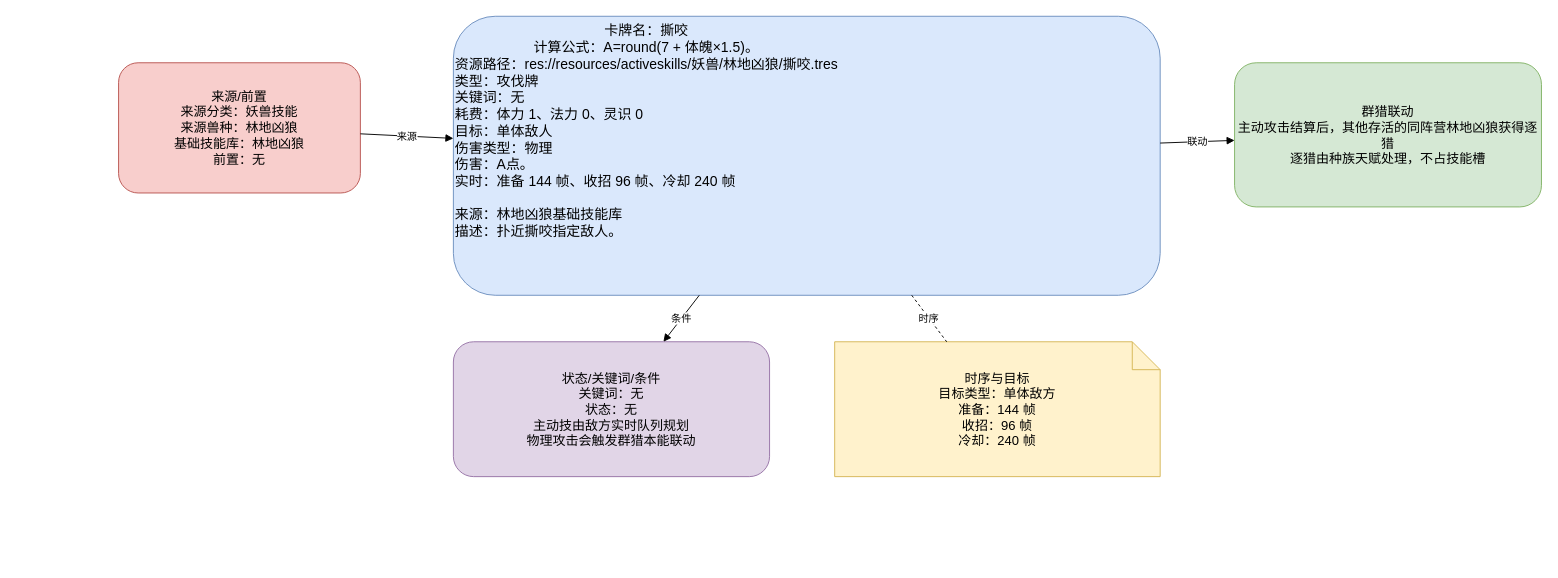
Above: page "撕咬" (1 of 2) of docs/卡牌词典/妖兽/林地凶狼/撕咬.drawio in ankundanetracyc-spec/tian-guan-you-du (draw.io), before the change. Source tidied: cells renumbered, new cells numbered last; positions are measured from the earlier drawing's top-left corner, leaving out a move shared by most shapes. Both pictures are drawn from the tidied source at 93%, with x=0, y=0 at pixel (118, 16).
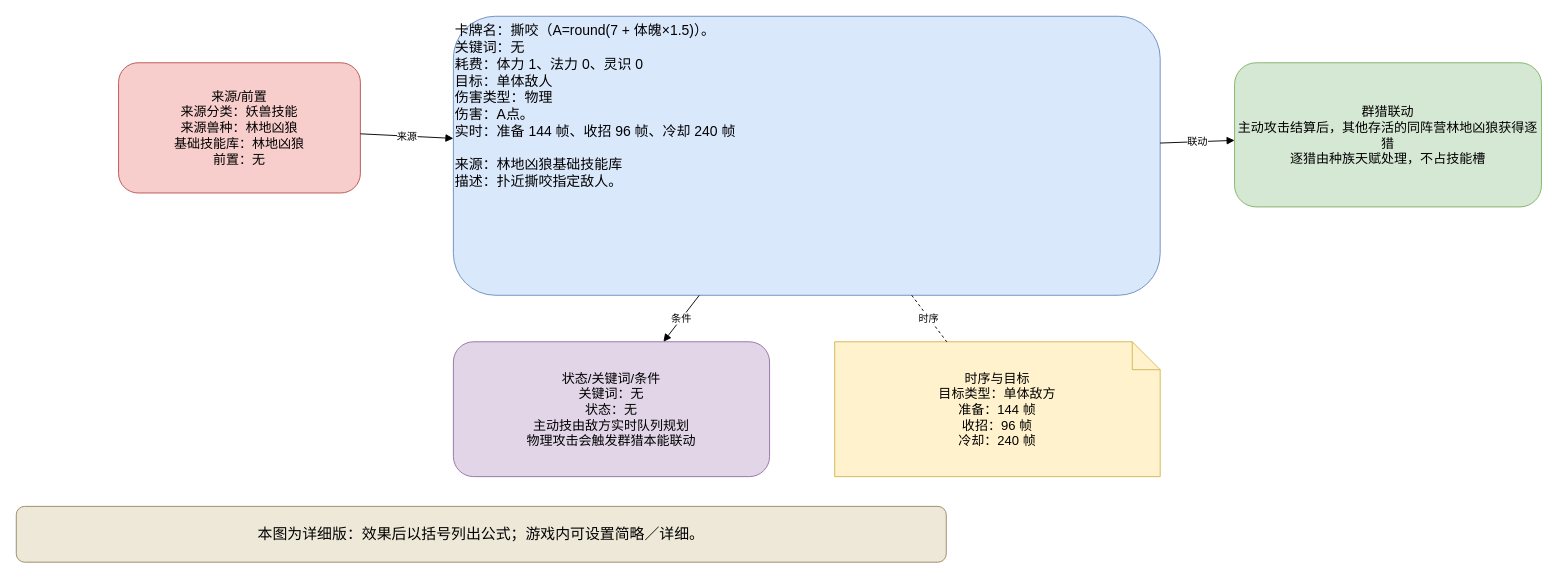
The same page after the edit.

The edit, as a diff of the source:
```diff
@@
 <mxGraphModel>
   <root>
     <mxCell id="0" />
     <mxCell id="1" parent="0" />
-    <mxCell id="2" value="&lt;div style=&quot;text-align:center;&quot;&gt;卡牌名：撕咬&lt;br&gt;计算公式：A=round(7 + 体魄×1.5)。&lt;/div&gt;&lt;div style=&quot;text-align:left;&quot;&gt;资源路径：res://resources/activeskills/妖兽/林地凶狼/撕咬.tres&lt;br&gt;类型：攻伐牌&lt;br&gt;关键词：无&lt;br&gt;耗费：体力 1、法力 0、灵识 0&lt;br&gt;目标：单体敌人&lt;br&gt;伤害类型：物理&lt;br&gt;伤害：A点。&lt;br&gt;实时：准备 144 帧、收招 96 帧、冷却 240 帧&lt;/div&gt;&lt;br&gt;来源：林地凶狼基础技能库&lt;br&gt;描述：扑近撕咬指定敌人。" style="rounded=1;whiteSpace=wrap;html=1;fillColor=#dae8fc;strokeColor=#6c8ebf;fontSize=15;align=left;verticalAlign=top;" parent="1" vertex="1">
+    <mxCell id="2" value="卡牌名：撕咬（A=round(7 + 体魄×1.5)）。&#10;关键词：无&#10;耗费：体力 1、法力 0、灵识 0&#10;目标：单体敌人&#10;伤害类型：物理&#10;伤害：A点。&#10;实时：准备 144 帧、收招 96 帧、冷却 240 帧&#10;&#10;来源：林地凶狼基础技能库&#10;描述：扑近撕咬指定敌人。" style="rounded=1;whiteSpace=wrap;html=1;fillColor=#dae8fc;strokeColor=#6c8ebf;fontSize=15;align=left;verticalAlign=top;" parent="1" vertex="1">
       <mxGeometry x="360" width="760" height="300" as="geometry" />
     </mxCell>
     <mxCell id="3" value="来源/前置&#10;来源分类：妖兽技能&#10;来源兽种：林地凶狼&#10;基础技能库：林地凶狼&#10;前置：无" style="rounded=1;whiteSpace=wrap;html=1;fillColor=#f8cecc;strokeColor=#b85450;fontSize=14;" parent="1" vertex="1">
       <mxGeometry y="50" width="260" height="140" as="geometry" />
     </mxCell>
     <mxCell id="4" value="群猎联动&#10;主动攻击结算后，其他存活的同阵营林地凶狼获得逐猎&#10;逐猎由种族天赋处理，不占技能槽" style="rounded=1;whiteSpace=wrap;html=1;fillColor=#d5e8d4;strokeColor=#82b366;fontSize=14;" parent="1" vertex="1">
       <mxGeometry x="1200" y="50" width="330" height="155" as="geometry" />
     </mxCell>
     <mxCell id="5" value="状态/关键词/条件&#10;关键词：无&#10;状态：无&#10;主动技由敌方实时队列规划&#10;物理攻击会触发群猎本能联动" style="rounded=1;whiteSpace=wrap;html=1;fillColor=#e1d5e7;strokeColor=#9673a6;fontSize=14;" parent="1" vertex="1">
       <mxGeometry x="360" y="350" width="340" height="145" as="geometry" />
     </mxCell>
     <mxCell id="6" value="时序与目标&#10;目标类型：单体敌方&#10;准备：144 帧&#10;收招：96 帧&#10;冷却：240 帧" style="shape=note;whiteSpace=wrap;html=1;fillColor=#fff2cc;strokeColor=#d6b656;fontSize=14;" parent="1" vertex="1">
       <mxGeometry x="770" y="350" width="350" height="145" as="geometry" />
     </mxCell>
     <mxCell id="7" value="来源" style="endArrow=block;html=1;rounded=0;" parent="1" edge="1" source="3" target="2">
       <mxGeometry relative="1" as="geometry" />
     </mxCell>
     <mxCell id="8" value="联动" style="endArrow=block;html=1;rounded=0;" parent="1" edge="1" source="2" target="4">
       <mxGeometry relative="1" as="geometry" />
     </mxCell>
     <mxCell id="9" value="条件" style="endArrow=block;html=1;rounded=0;" parent="1" edge="1" source="2" target="5">
       <mxGeometry relative="1" as="geometry" />
     </mxCell>
     <mxCell id="10" value="时序" style="endArrow=none;dashed=1;html=1;" parent="1" edge="1" source="2" target="6">
       <mxGeometry relative="1" as="geometry" />
     </mxCell>
+    <mxCell id="11" value="本图为详细版：效果后以括号列出公式；游戏内可设置简略／详细。" style="rounded=1;whiteSpace=wrap;html=1;fillColor=#eee8d8;strokeColor=#9a8967;fontSize=16;" parent="1" vertex="1">
+      <mxGeometry x="-110" y="527" width="1000" height="60" as="geometry" />
+    </mxCell>
   </root>
 </mxGraphModel>
```
